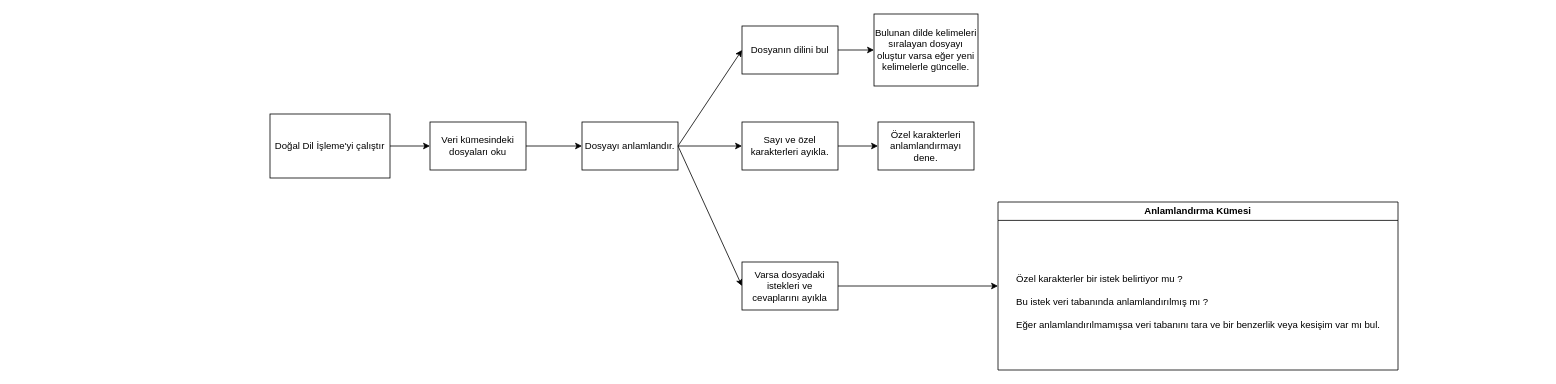
Before: src/Untitled Diagram.drawio in omer-yakici/Dogal_Dil_Isleme, a draw.io diagram. Source tidied: cells renumbered, new cells numbered last; positions are measured from the earlier drawing's top-left corner, leaving out a move shared by most shapes. Both pictures are drawn from the tidied source at 80%, with x=0, y=0 at pixel (270, 14).
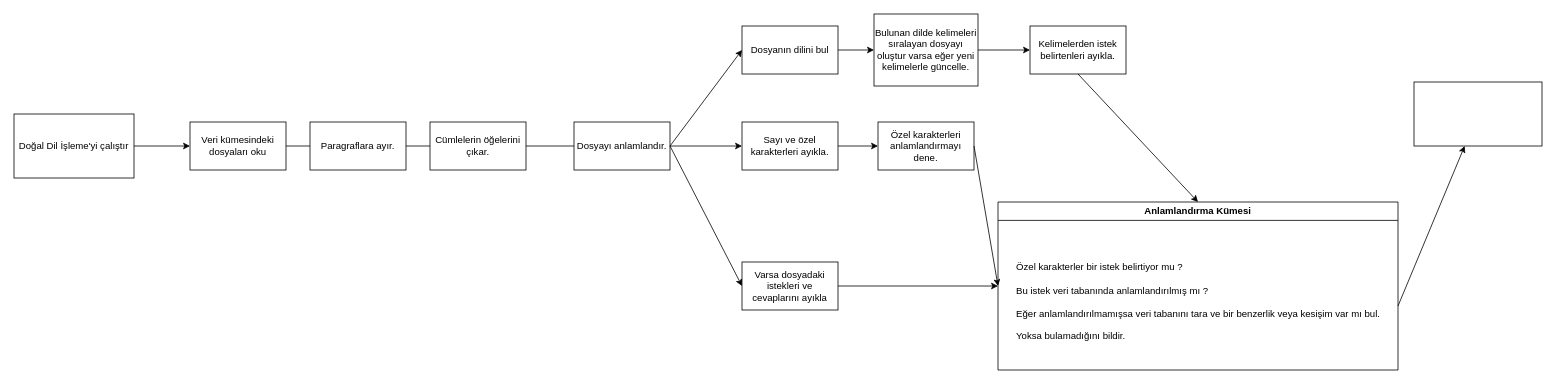
The same diagram, later.

Unchanged cells that the change refers to:
```xml
<mxCell id="6" value="Bulunan dilde kelimeleri sıralayan dosyayı oluştur varsa eğer yeni kelimelerle güncelle." style="rounded=0;whiteSpace=wrap;html=1;" parent="1" vertex="1">
  <mxGeometry x="755" width="130" height="90" as="geometry" />
</mxCell>
<mxCell id="9" value="Özel karakterleri anlamlandırmayı dene." style="rounded=0;whiteSpace=wrap;html=1;" parent="1" vertex="1">
  <mxGeometry x="760" y="135" width="120" height="60" as="geometry" />
</mxCell>
<mxCell id="10" value="Anlamlandırma Kümesi" style="swimlane;whiteSpace=wrap;html=1;" parent="1" vertex="1">
  <mxGeometry x="910" y="235" width="500" height="210" as="geometry" />
</mxCell>
```

Diff of the diagram source:
```diff
@@
     <mxCell id="2" value="Doğal Dil İşleme'yi çalıştır" style="rounded=0;whiteSpace=wrap;html=1;" parent="1" vertex="1">
-      <mxGeometry y="125" width="150" height="80" as="geometry" />
+      <mxGeometry x="-320" y="125" width="150" height="80" as="geometry" />
     </mxCell>
     <mxCell id="3" value="Veri kümesindeki dosyaları oku" style="rounded=0;whiteSpace=wrap;html=1;" parent="1" vertex="1">
-      <mxGeometry x="200" y="135" width="120" height="60" as="geometry" />
+      <mxGeometry x="-100" y="135" width="120" height="60" as="geometry" />
     </mxCell>
@@
-    <mxCell id="11" value="&lt;div style=&quot;text-align: left;&quot;&gt;&lt;div style=&quot;text-align: justify;&quot;&gt;&lt;span style=&quot;background-color: initial;&quot;&gt;Özel karakterler bir istek belirtiyor mu ?&lt;/span&gt;&lt;/div&gt;&lt;div style=&quot;text-align: justify;&quot;&gt;&lt;br&gt;&lt;/div&gt;&lt;div style=&quot;text-align: justify;&quot;&gt;&lt;span style=&quot;background-color: initial;&quot;&gt;Bu istek veri tabanında anlamlandırılmış mı ?&lt;/span&gt;&lt;br&gt;&lt;/div&gt;&lt;div style=&quot;text-align: justify;&quot;&gt;&lt;br&gt;&lt;/div&gt;&lt;span style=&quot;background-color: initial;&quot;&gt;&lt;div style=&quot;text-align: justify;&quot;&gt;&lt;span style=&quot;background-color: initial;&quot;&gt;Eğer anlamlandırılmamışsa veri tabanını tara ve bir benzerlik veya kesişim var mı bul.&lt;/span&gt;&lt;/div&gt;&lt;/span&gt;&lt;/div&gt;" style="text;html=1;align=center;verticalAlign=middle;strokeColor=none;fillColor=none;" parent="10" vertex="1">
-      <mxGeometry x="10" y="80" width="480" height="90" as="geometry" />
+    <mxCell id="11" value="&lt;div style=&quot;text-align: left;&quot;&gt;&lt;div style=&quot;text-align: justify;&quot;&gt;&lt;span style=&quot;background-color: initial;&quot;&gt;Özel karakterler bir istek belirtiyor mu ?&lt;/span&gt;&lt;/div&gt;&lt;div style=&quot;text-align: justify;&quot;&gt;&lt;br&gt;&lt;/div&gt;&lt;div style=&quot;text-align: justify;&quot;&gt;&lt;span style=&quot;background-color: initial;&quot;&gt;Bu istek veri tabanında anlamlandırılmış mı ?&lt;/span&gt;&lt;br&gt;&lt;/div&gt;&lt;div style=&quot;text-align: justify;&quot;&gt;&lt;br&gt;&lt;/div&gt;&lt;span style=&quot;background-color: initial;&quot;&gt;&lt;div style=&quot;text-align: justify;&quot;&gt;&lt;span style=&quot;background-color: initial;&quot;&gt;Eğer anlamlandırılmamışsa veri tabanını tara ve bir benzerlik veya kesişim var mı bul.&lt;/span&gt;&lt;/div&gt;&lt;div style=&quot;text-align: justify;&quot;&gt;&lt;span style=&quot;background-color: initial;&quot;&gt;&lt;br&gt;&lt;/span&gt;&lt;/div&gt;&lt;div style=&quot;text-align: justify;&quot;&gt;&lt;span style=&quot;background-color: initial;&quot;&gt;Yoksa bulamadığını bildir.&lt;/span&gt;&lt;/div&gt;&lt;/span&gt;&lt;/div&gt;" style="text;html=1;align=center;verticalAlign=middle;strokeColor=none;fillColor=none;" parent="10" vertex="1">
+      <mxGeometry x="10" y="70" width="480" height="110" as="geometry" />
     </mxCell>
@@
     <mxCell id="14" value="Dosyayı anlamlandır." style="rounded=0;whiteSpace=wrap;html=1;" parent="1" vertex="1">
-      <mxGeometry x="390" y="135" width="120" height="60" as="geometry" />
+      <mxGeometry x="380" y="135" width="120" height="60" as="geometry" />
     </mxCell>
@@
+    <mxCell id="20" style="endArrow=classic;html=1;rounded=0;exitX=1;exitY=0.5;exitDx=0;exitDy=0;entryX=0;entryY=0.5;entryDx=0;entryDy=0;" parent="1" edge="1" source="9" target="10">
+      <mxGeometry relative="1" as="geometry" />
+    </mxCell>
+    <mxCell id="21" style="endArrow=classic;html=1;rounded=0;exitX=1;exitY=0.5;exitDx=0;exitDy=0;" parent="1" edge="1" source="6">
+      <mxGeometry relative="1" as="geometry">
+        <mxPoint x="950" y="45" as="targetPoint" />
+      </mxGeometry>
+    </mxCell>
+    <mxCell id="22" value="Kelimelerden istek belirtenleri ayıkla." style="rounded=0;whiteSpace=wrap;html=1;" parent="1" vertex="1">
+      <mxGeometry x="950" y="15" width="120" height="60" as="geometry" />
+    </mxCell>
+    <mxCell id="23" value="Paragraflara ayır." style="rounded=0;whiteSpace=wrap;html=1;" parent="1" vertex="1">
+      <mxGeometry x="50" y="135" width="120" height="60" as="geometry" />
+    </mxCell>
+    <mxCell id="24" value="Cümlelerin öğelerini çıkar." style="rounded=0;whiteSpace=wrap;html=1;" parent="1" vertex="1">
+      <mxGeometry x="200" y="135" width="120" height="60" as="geometry" />
+    </mxCell>
+    <mxCell id="25" style="endArrow=classic;html=1;rounded=0;exitX=0.5;exitY=1;exitDx=0;exitDy=0;entryX=0.5;entryY=0;entryDx=0;entryDy=0;" parent="1" edge="1" source="22" target="10">
+      <mxGeometry relative="1" as="geometry" />
+    </mxCell>
+    <mxCell id="26" style="endArrow=classic;html=1;rounded=0;" parent="1" edge="1" target="27">
+      <mxGeometry relative="1" as="geometry">
+        <mxPoint x="1410" y="365" as="sourcePoint" />
+      </mxGeometry>
+    </mxCell>
+    <mxCell id="27" style="rounded=0;whiteSpace=wrap;html=1;" parent="1" vertex="1">
+      <mxGeometry x="1430" y="85" width="160" height="80" as="geometry" />
+    </mxCell>
```
